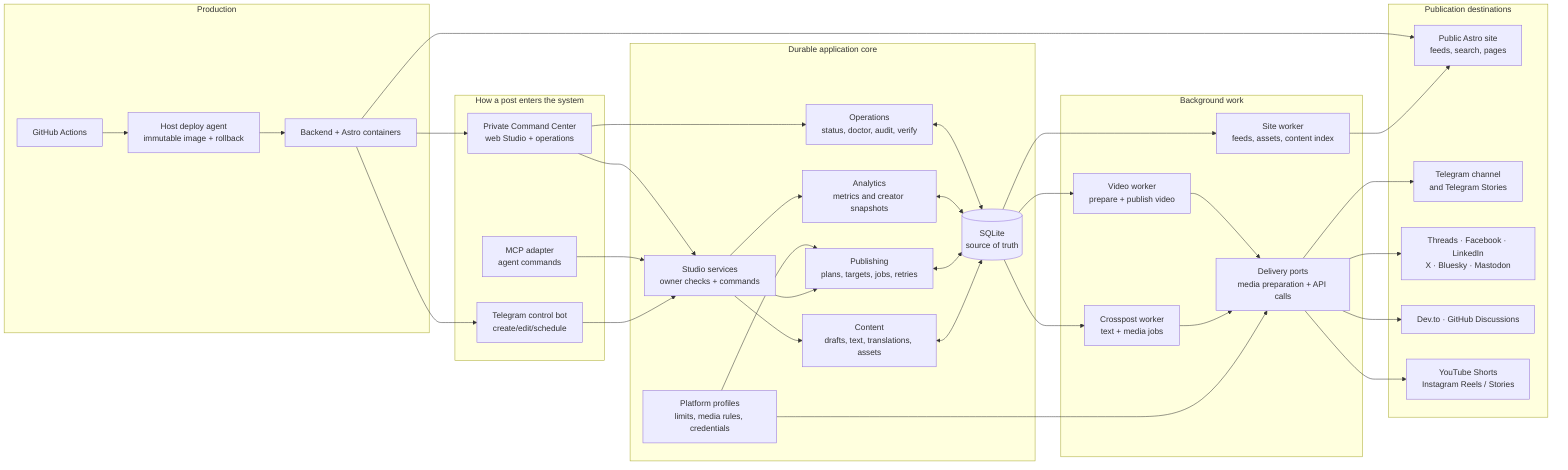
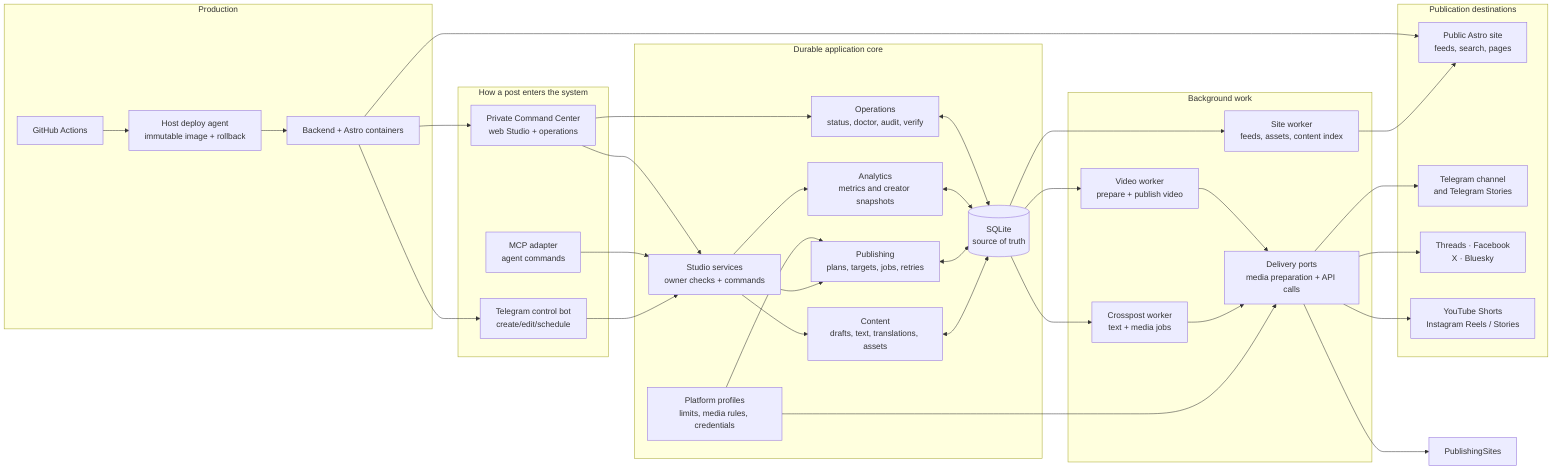
flowchart LR
  subgraph Authoring["How a post enters the system"]
    ControlBot["Telegram control bot\ncreate/edit/schedule"]
    MCP["MCP adapter\nagent commands"]
    CommandCenter["Private Command Center\nweb Studio + operations"]
  end

  subgraph Core["Durable application core"]
    Studio["Studio services\nowner checks + commands"]
    Content["Content\ndrafts, text, translations, assets"]
    Publishing["Publishing\nplans, targets, jobs, retries"]
    Profiles["Platform profiles\nlimits, media rules, credentials"]
    Analytics["Analytics\nmetrics and creator snapshots"]
    Operations["Operations\nstatus, doctor, audit, verify"]
    DB[("SQLite\nsource of truth")]
  end

  subgraph Workers["Background work"]
    Crosspost["Crosspost worker\ntext + media jobs"]
    VideoWorker["Video worker\nprepare + publish video"]
    SiteWorker["Site worker\nfeeds, assets, content index"]
    Delivery["Delivery ports\nmedia preparation + API calls"]
  end

  subgraph Destinations["Publication destinations"]
    PublicSite["Public Astro site\nfeeds, search, pages"]
    TelegramChannel["Telegram channel\nand Telegram Stories"]
-     SocialText["Threads · Facebook · LinkedIn\nX · Bluesky · Mastodon"]
-     PublishingSites["Dev.to · GitHub Discussions"]
+     SocialText["Threads · Facebook\nX · Bluesky"]
    VideoPlatforms["YouTube Shorts\nInstagram Reels / Stories"]
  end

  subgraph Deploy["Production"]
    CI["GitHub Actions"] --> Agent["Host deploy agent\nimmutable image + rollback"]
    Agent --> Runtime["Backend + Astro containers"]
  end

  ControlBot --> Studio
  MCP --> Studio
  CommandCenter --> Studio
  CommandCenter --> Operations
  Studio --> Content
  Studio --> Publishing
  Studio --> Analytics
  Profiles --> Publishing
  Profiles --> Delivery
  Content <--> DB
  Publishing <--> DB
  Analytics <--> DB
  Operations <--> DB
  DB --> Crosspost
  DB --> VideoWorker
  DB --> SiteWorker
  Crosspost --> Delivery
  VideoWorker --> Delivery
  Delivery --> TelegramChannel
  Delivery --> SocialText
  Delivery --> PublishingSites
  Delivery --> VideoPlatforms
  SiteWorker --> PublicSite
  Runtime --> ControlBot
  Runtime --> CommandCenter
  Runtime --> PublicSite
